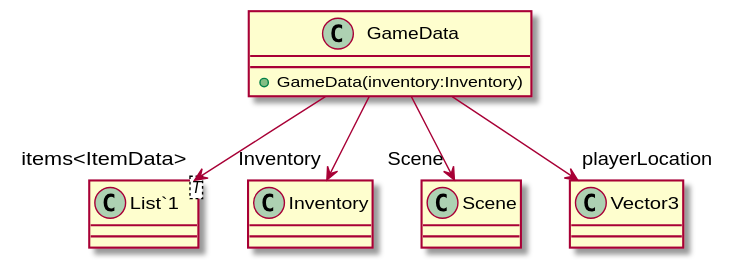
Earlier version of the PlantUML export UML/SaveAndLoad/Data/GameData.svg (robinsuurs/Mallow_Mysterie). Source of this version:
```plantuml
@startuml
class GameData {
    + GameData(inventory:Inventory)
}
class "List`1"<T> {
}
GameData --> "items<ItemData>" "List`1"
GameData --> "Inventory" Inventory
GameData --> "Scene" Scene
GameData --> "playerLocation" Vector3
@enduml
```
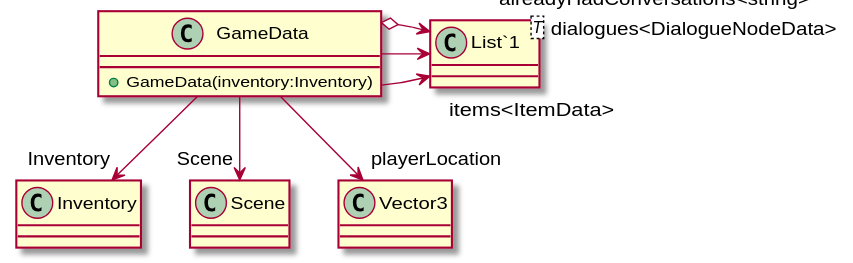
The same file after the commit.

The edit, as a diff of the source:
```diff
@@ -8,4 +8,6 @@
 GameData --> "Inventory" Inventory
 GameData --> "Scene" Scene
 GameData --> "playerLocation" Vector3
+GameData --> "dialogues<DialogueNodeData>" "List`1"
+GameData o-> "alreadyHadConversations<string>" "List`1"
 @enduml
```
